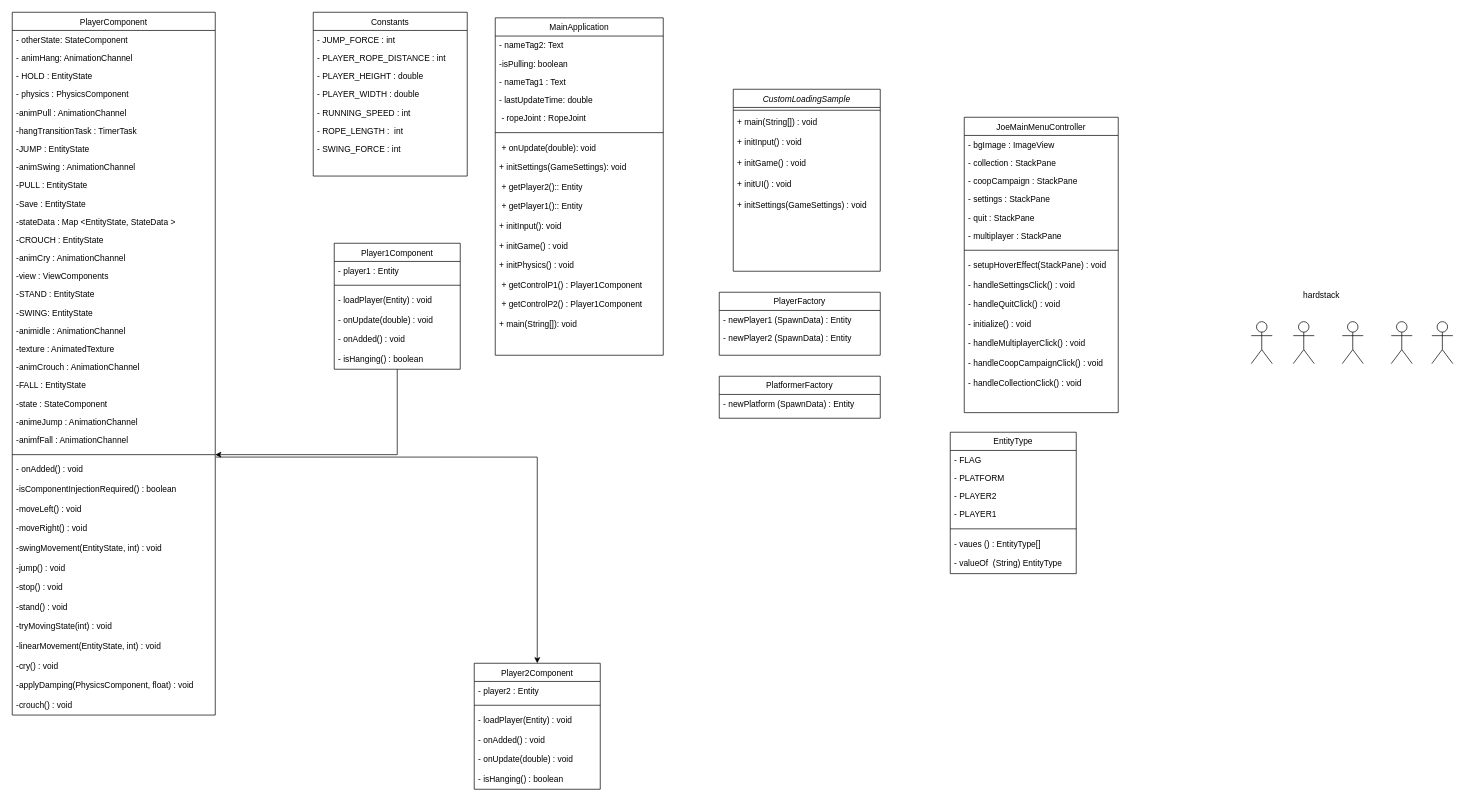
The draw.io diagram Hardstack.Diagram.drawio in Smoll05/hardstack-capstone, before the edit. Source tidied: cells renumbered, new cells numbered last; positions are measured from the earlier drawing's top-left corner, leaving out a move shared by most shapes. Both pictures are drawn from the tidied source at 70%, with x=0, y=0 at pixel (12, 12).
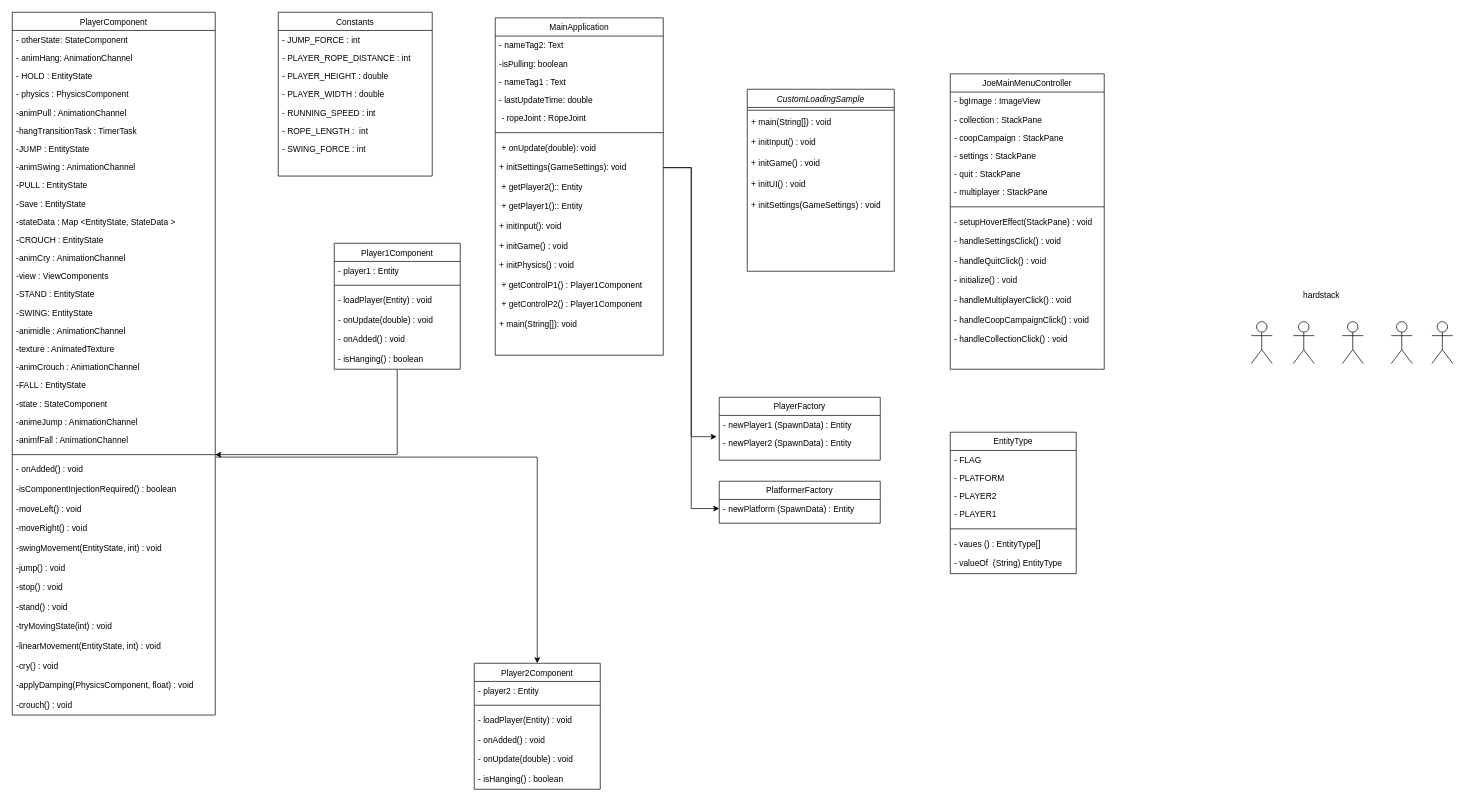
Above is the later version.

Unchanged cells that the change refers to:
```xml
<mxCell id="95" value="+ initSettings(GameSettings): void&#10;" style="text;align=left;verticalAlign=top;spacingLeft=4;spacingRight=4;overflow=hidden;points=[[0,0.5],[1,0.5]];portConstraint=eastwest;" parent="87" vertex="1">
  <mxGeometry y="200" width="240" height="28" as="geometry" />
</mxCell>
<mxCell id="107" value="- newPlayer2 (SpawnData) : Entity" style="text;align=left;verticalAlign=top;spacingLeft=4;spacingRight=4;overflow=hidden;points=[[0,0.5],[1,0.5]];portConstraint=eastwest;" parent="105" vertex="1">
  <mxGeometry y="52" width="230" height="26" as="geometry" />
</mxCell>
<mxCell id="109" value="- newPlatform (SpawnData) : Entity" style="text;align=left;verticalAlign=top;spacingLeft=4;spacingRight=4;overflow=hidden;points=[[0,0.5],[1,0.5]];portConstraint=eastwest;" parent="108" vertex="1">
  <mxGeometry y="26" width="230" height="26" as="geometry" />
</mxCell>
```

What changed in the source:
```diff
@@
     <mxCell id="2" value="CustomLoadingSample" style="swimlane;fontStyle=2;align=center;verticalAlign=top;horizontal=1;startSize=26;rounded=0;shadow=0;strokeWidth=1;" parent="1" vertex="1">
-      <mxGeometry x="1030" y="110" width="210" height="260" as="geometry" />
+      <mxGeometry x="1050" y="110" width="210" height="260" as="geometry" />
     </mxCell>
@@
     <mxCell id="32" value="JoeMainMenuController" style="swimlane;fontStyle=0;align=center;verticalAlign=top;horizontal=1;startSize=26;rounded=0;shadow=0;strokeWidth=1;" parent="1" vertex="1">
-      <mxGeometry x="1360" y="150" width="220" height="422" as="geometry" />
+      <mxGeometry x="1340" y="88" width="220" height="422" as="geometry" />
     </mxCell>
@@
     <mxCell id="105" value="PlayerFactory" style="swimlane;fontStyle=0;align=center;verticalAlign=top;horizontal=1;startSize=26;rounded=0;shadow=0;strokeWidth=1;" parent="1" vertex="1">
-      <mxGeometry x="1010" y="400" width="230" height="90" as="geometry" />
+      <mxGeometry x="1010" y="550" width="230" height="90" as="geometry" />
     </mxCell>
@@
     <mxCell id="108" value="PlatformerFactory" style="swimlane;fontStyle=0;align=center;verticalAlign=top;horizontal=1;startSize=26;rounded=0;shadow=0;strokeWidth=1;" parent="1" vertex="1">
-      <mxGeometry x="1010" y="520" width="230" height="60" as="geometry" />
+      <mxGeometry x="1010" y="670" width="230" height="60" as="geometry" />
     </mxCell>
@@
     <mxCell id="118" value="Constants" style="swimlane;fontStyle=0;align=center;verticalAlign=top;horizontal=1;startSize=26;rounded=0;shadow=0;strokeWidth=1;" parent="1" vertex="1">
-      <mxGeometry x="430" width="220" height="234" as="geometry" />
+      <mxGeometry x="380" width="220" height="234" as="geometry" />
     </mxCell>
@@
+    <mxCell id="127" style="edgeStyle=orthogonalEdgeStyle;rounded=0;jettySize=auto;html=1;entryX=-0.016;entryY=0.167;entryDx=0;entryDy=0;entryPerimeter=0;" parent="1" edge="1" source="95" target="107">
+      <mxGeometry relative="1" as="geometry" />
+    </mxCell>
+    <mxCell id="128" style="edgeStyle=orthogonalEdgeStyle;rounded=0;jettySize=auto;html=1;entryX=0;entryY=0.5;entryDx=0;entryDy=0;" parent="1" edge="1" source="95" target="109">
+      <mxGeometry relative="1" as="geometry" />
+    </mxCell>
```
